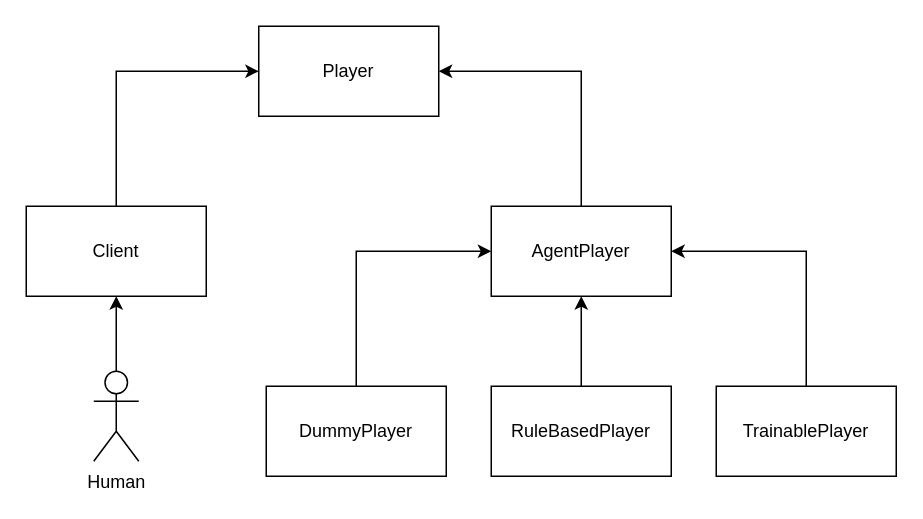
Before: Documentation/Drawio/PlayersArchitecture.drawio in GeorgeVelikov/RLereWolf, a draw.io diagram. Source tidied: cells renumbered, new cells numbered last; positions are measured from the earlier drawing's top-left corner, leaving out a move shared by most shapes. Both pictures are drawn from the tidied source at 150%, with x=0, y=0 at pixel (26, 26).
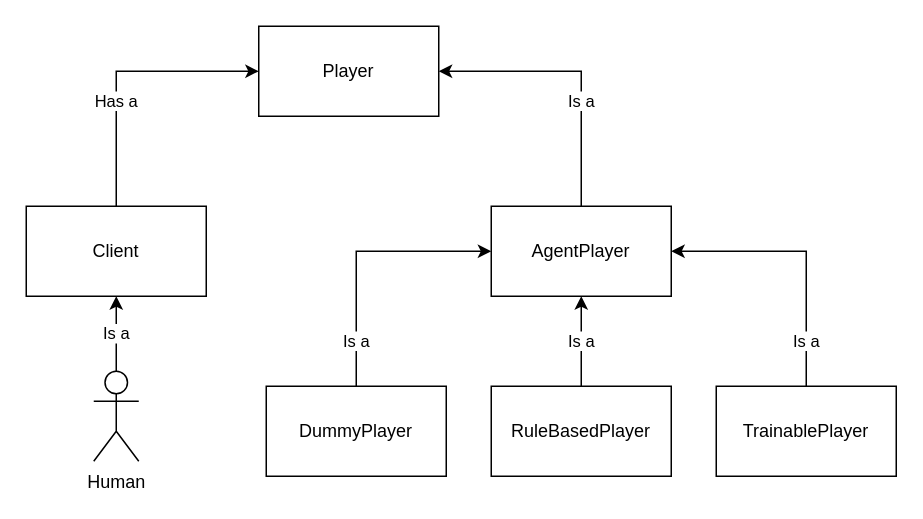
The same diagram, later.

Commit message (it also covers changes not shown here):
Minor update to players architecture

The change refers to these unchanged cells:
```xml
<mxCell id="3" value="Human" style="shape=umlActor;verticalLabelPosition=bottom;verticalAlign=top;html=1;outlineConnect=0;" parent="1" vertex="1">
  <mxGeometry x="45" y="230" width="30" height="60" as="geometry" />
</mxCell>
<mxCell id="5" value="Client" style="rounded=0;whiteSpace=wrap;html=1;" parent="1" vertex="1">
  <mxGeometry y="120" width="120" height="60" as="geometry" />
</mxCell>
<mxCell id="6" value="Player" style="rounded=0;whiteSpace=wrap;html=1;" parent="1" vertex="1">
  <mxGeometry x="155" width="120" height="60" as="geometry" />
</mxCell>
<mxCell id="8" value="AgentPlayer" style="rounded=0;whiteSpace=wrap;html=1;" parent="1" vertex="1">
  <mxGeometry x="310" y="120" width="120" height="60" as="geometry" />
</mxCell>
<mxCell id="10" value="DummyPlayer" style="rounded=0;whiteSpace=wrap;html=1;" parent="1" vertex="1">
  <mxGeometry x="160" y="240" width="120" height="60" as="geometry" />
</mxCell>
<mxCell id="12" value="RuleBasedPlayer" style="rounded=0;whiteSpace=wrap;html=1;" parent="1" vertex="1">
  <mxGeometry x="310" y="240" width="120" height="60" as="geometry" />
</mxCell>
<mxCell id="14" value="TrainablePlayer" style="rounded=0;whiteSpace=wrap;html=1;" parent="1" vertex="1">
  <mxGeometry x="460" y="240" width="120" height="60" as="geometry" />
</mxCell>
```

What changed in the source:
```diff
@@
-    <mxCell id="2" style="edgeStyle=orthogonalEdgeStyle;rounded=0;jettySize=auto;html=1;" parent="1" edge="1" source="3" target="5">
+    <mxCell id="2" value="Is a" style="edgeStyle=orthogonalEdgeStyle;rounded=0;jettySize=auto;html=1;" parent="1" edge="1" source="3" target="5">
       <mxGeometry relative="1" as="geometry" />
     </mxCell>
@@
-    <mxCell id="4" style="edgeStyle=orthogonalEdgeStyle;rounded=0;jettySize=auto;html=1;entryX=0;entryY=0.5;entryDx=0;entryDy=0;" parent="1" edge="1" source="5" target="6">
-      <mxGeometry relative="1" as="geometry">
+    <mxCell id="4" value="Has a" style="edgeStyle=orthogonalEdgeStyle;rounded=0;jettySize=auto;html=1;entryX=0;entryY=0.5;entryDx=0;entryDy=0;" parent="1" edge="1" source="5" target="6">
+      <mxGeometry x="-0.24" relative="1" as="geometry">
         <Array as="points">
           <mxPoint x="60" y="30" />
         </Array>
       </mxGeometry>
     </mxCell>
@@
-    <mxCell id="7" style="edgeStyle=orthogonalEdgeStyle;rounded=0;jettySize=auto;html=1;entryX=1;entryY=0.5;entryDx=0;entryDy=0;" parent="1" edge="1" source="8" target="6">
-      <mxGeometry relative="1" as="geometry">
+    <mxCell id="7" value="Is a" style="edgeStyle=orthogonalEdgeStyle;rounded=0;jettySize=auto;html=1;entryX=1;entryY=0.5;entryDx=0;entryDy=0;" parent="1" edge="1" source="8" target="6">
+      <mxGeometry x="-0.24" relative="1" as="geometry">
         <Array as="points">
           <mxPoint x="370" y="30" />
         </Array>
       </mxGeometry>
     </mxCell>
@@
-    <mxCell id="9" style="edgeStyle=orthogonalEdgeStyle;rounded=0;jettySize=auto;html=1;entryX=0;entryY=0.5;entryDx=0;entryDy=0;" parent="1" edge="1" source="10" target="8">
-      <mxGeometry relative="1" as="geometry">
+    <mxCell id="9" value="Is a" style="edgeStyle=orthogonalEdgeStyle;rounded=0;jettySize=auto;html=1;entryX=0;entryY=0.5;entryDx=0;entryDy=0;" parent="1" edge="1" source="10" target="8">
+      <mxGeometry x="-0.67" relative="1" as="geometry">
         <Array as="points">
           <mxPoint x="220" y="150" />
         </Array>
       </mxGeometry>
     </mxCell>
@@
-    <mxCell id="11" style="edgeStyle=orthogonalEdgeStyle;rounded=0;jettySize=auto;html=1;entryX=0.5;entryY=1;entryDx=0;entryDy=0;" parent="1" edge="1" source="12" target="8">
+    <mxCell id="11" value="Is a" style="edgeStyle=orthogonalEdgeStyle;rounded=0;jettySize=auto;html=1;entryX=0.5;entryY=1;entryDx=0;entryDy=0;" parent="1" edge="1" source="12" target="8">
       <mxGeometry relative="1" as="geometry" />
     </mxCell>
@@
-    <mxCell id="13" style="edgeStyle=orthogonalEdgeStyle;rounded=0;jettySize=auto;html=1;entryX=1;entryY=0.5;entryDx=0;entryDy=0;" parent="1" edge="1" source="14" target="8">
-      <mxGeometry relative="1" as="geometry">
+    <mxCell id="13" value="Is a" style="edgeStyle=orthogonalEdgeStyle;rounded=0;jettySize=auto;html=1;entryX=1;entryY=0.5;entryDx=0;entryDy=0;" parent="1" edge="1" source="14" target="8">
+      <mxGeometry x="-0.67" relative="1" as="geometry">
         <Array as="points">
           <mxPoint x="520" y="150" />
         </Array>
       </mxGeometry>
     </mxCell>
```
